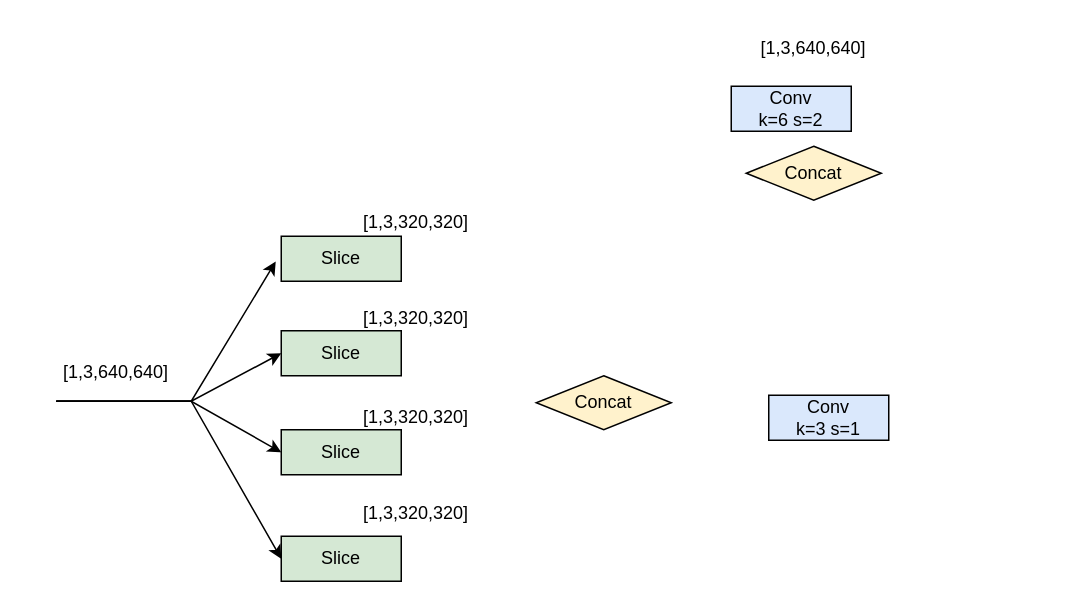
This is Draw.io/本科毕业设计/Focus.drawio from Arete-FFF/PicGo, a draw.io file, before an edit. Source tidied: cells renumbered, new cells numbered last; positions are measured from the earlier drawing's top-left corner, leaving out a move shared by most shapes. Both pictures are drawn from the tidied source at 150%, with x=0, y=0 at pixel (26, 26).
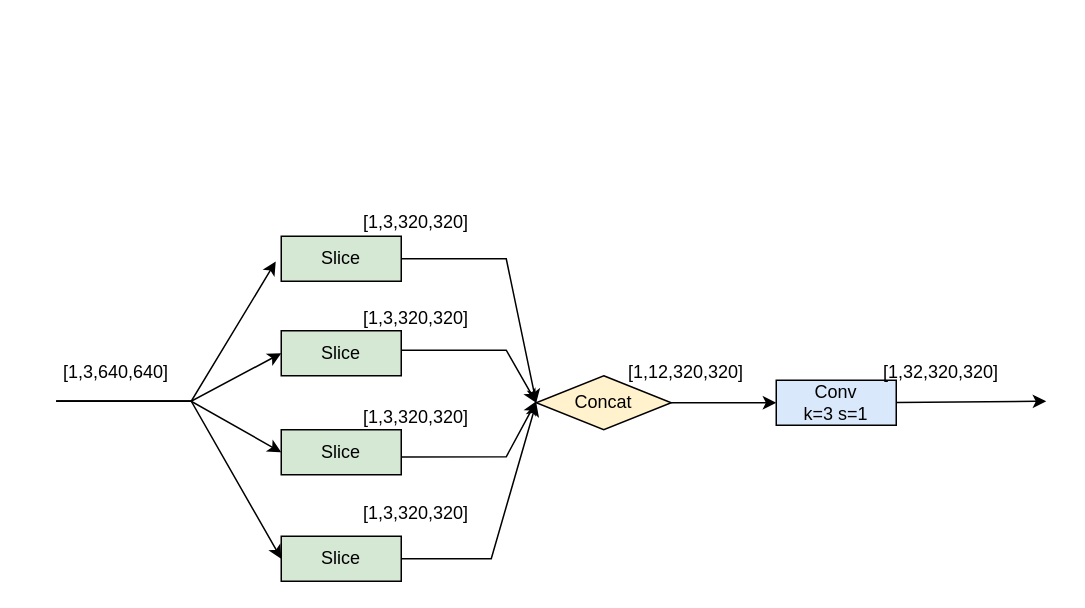
After the change.

The change refers to these unchanged cells:
```xml
<mxCell id="3" value="Concat" style="rhombus;whiteSpace=wrap;html=1;fillColor=#fff2cc;strokeColor=#000000;" parent="1" vertex="1">
  <mxGeometry x="340" y="233" width="90" height="36" as="geometry" />
</mxCell>
<mxCell id="4" value="Slice" style="rounded=0;whiteSpace=wrap;html=1;fillColor=#d5e8d4;strokeColor=#000000;" parent="1" vertex="1">
  <mxGeometry x="170" y="140" width="80" height="30" as="geometry" />
</mxCell>
<mxCell id="12" value="Slice" style="rounded=0;whiteSpace=wrap;html=1;fillColor=#d5e8d4;strokeColor=#000000;" parent="1" vertex="1">
  <mxGeometry x="170" y="340" width="80" height="30" as="geometry" />
</mxCell>
```

What changed in the source:
```diff
@@
-    <mxCell id="2" value="[1,3,640,640]" style="rounded=0;whiteSpace=wrap;html=1;fillColor=none;strokeColor=none;" parent="1" vertex="1">
-      <mxGeometry x="465" width="120" height="30" as="geometry" />
-    </mxCell>
@@
-    <mxCell id="6" value="Conv&lt;br&gt;k=6 s=2" style="rounded=0;whiteSpace=wrap;html=1;fillColor=#dae8fc;strokeColor=#000000;" parent="1" vertex="1">
-      <mxGeometry x="470" y="40" width="80" height="30" as="geometry" />
-    </mxCell>
-    <mxCell id="7" value="Concat" style="rhombus;whiteSpace=wrap;html=1;fillColor=#fff2cc;strokeColor=#000000;" parent="1" vertex="1">
-      <mxGeometry x="480" y="80" width="90" height="36" as="geometry" />
-    </mxCell>
@@
     <mxCell id="9" value="Conv&lt;br&gt;k=3 s=1" style="rounded=0;whiteSpace=wrap;html=1;fillColor=#dae8fc;strokeColor=#000000;" parent="1" vertex="1">
-      <mxGeometry x="495" y="246" width="80" height="30" as="geometry" />
+      <mxGeometry x="500" y="236" width="80" height="30" as="geometry" />
     </mxCell>
@@
+    <mxCell id="20" value="[1,12,320,320]" style="rounded=0;whiteSpace=wrap;html=1;fillColor=none;strokeColor=none;" parent="1" vertex="1">
+      <mxGeometry x="380" y="216" width="120" height="30" as="geometry" />
+    </mxCell>
+    <mxCell id="21" value="[1,32,320,320]" style="rounded=0;whiteSpace=wrap;html=1;fillColor=none;strokeColor=none;" parent="1" vertex="1">
+      <mxGeometry x="550" y="216" width="120" height="30" as="geometry" />
+    </mxCell>
+    <mxCell id="22" style="endArrow=classic;html=1;rounded=0;entryX=0;entryY=0.5;entryDx=0;entryDy=0;exitX=1;exitY=0.5;exitDx=0;exitDy=0;" parent="1" edge="1" source="4" target="3">
+      <mxGeometry relative="1" as="geometry">
+        <Array as="points">
+          <mxPoint x="320" y="155" />
+        </Array>
+      </mxGeometry>
+    </mxCell>
+    <mxCell id="23" style="endArrow=classic;html=1;rounded=0;entryX=0;entryY=0.5;entryDx=0;entryDy=0;exitX=1;exitY=0.5;exitDx=0;exitDy=0;" parent="1" edge="1" target="3">
+      <mxGeometry relative="1" as="geometry">
+        <mxPoint x="250" y="216" as="sourcePoint" />
+        <Array as="points">
+          <mxPoint x="320" y="216" />
+        </Array>
+      </mxGeometry>
+    </mxCell>
+    <mxCell id="24" style="endArrow=classic;html=1;rounded=0;entryX=0;entryY=0.5;entryDx=0;entryDy=0;exitX=1.002;exitY=0.635;exitDx=0;exitDy=0;exitPerimeter=0;" parent="1" edge="1">
+      <mxGeometry relative="1" as="geometry">
+        <mxPoint x="250.2" y="287.1" as="sourcePoint" />
+        <mxPoint x="340" y="250" as="targetPoint" />
+        <Array as="points">
+          <mxPoint x="320" y="287" />
+        </Array>
+      </mxGeometry>
+    </mxCell>
+    <mxCell id="25" style="endArrow=classic;html=1;rounded=0;entryX=0;entryY=0.5;entryDx=0;entryDy=0;exitX=1;exitY=0.5;exitDx=0;exitDy=0;" parent="1" edge="1" source="12" target="3">
+      <mxGeometry relative="1" as="geometry">
+        <Array as="points">
+          <mxPoint x="310" y="355" />
+        </Array>
+      </mxGeometry>
+    </mxCell>
+    <mxCell id="26" style="endArrow=classic;html=1;rounded=0;exitX=1;exitY=0.5;exitDx=0;exitDy=0;" parent="1" edge="1" source="3" target="9">
+      <mxGeometry relative="1" as="geometry" />
+    </mxCell>
+    <mxCell id="27" style="endArrow=classic;html=1;rounded=0;exitX=1;exitY=0.5;exitDx=0;exitDy=0;" parent="1" edge="1">
+      <mxGeometry relative="1" as="geometry">
+        <mxPoint x="580" y="250.8" as="sourcePoint" />
+        <mxPoint x="680" y="250" as="targetPoint" />
+      </mxGeometry>
+    </mxCell>
```
